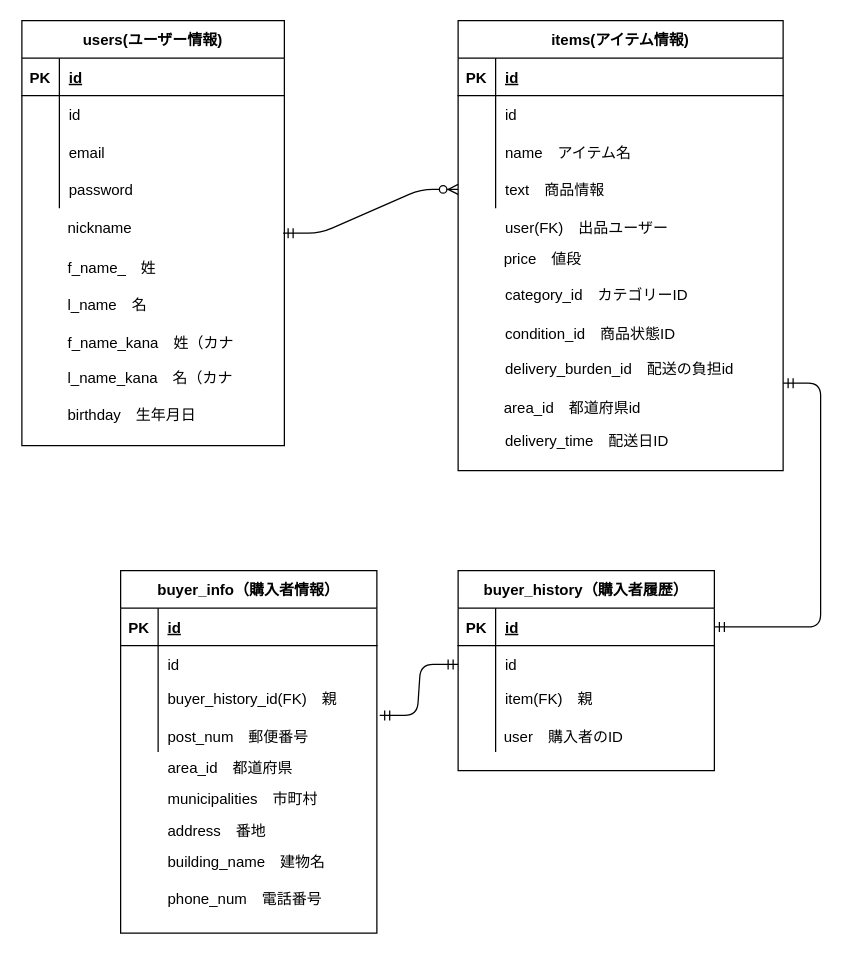
The draw.io diagram config/DB.dio in waaawoo/furima-34760, before the edit. Source tidied: cells renumbered, new cells numbered last; positions are measured from the earlier drawing's top-left corner, leaving out a move shared by most shapes. Both pictures are drawn from the tidied source at 125%, with x=0, y=0 at pixel (20, 20).
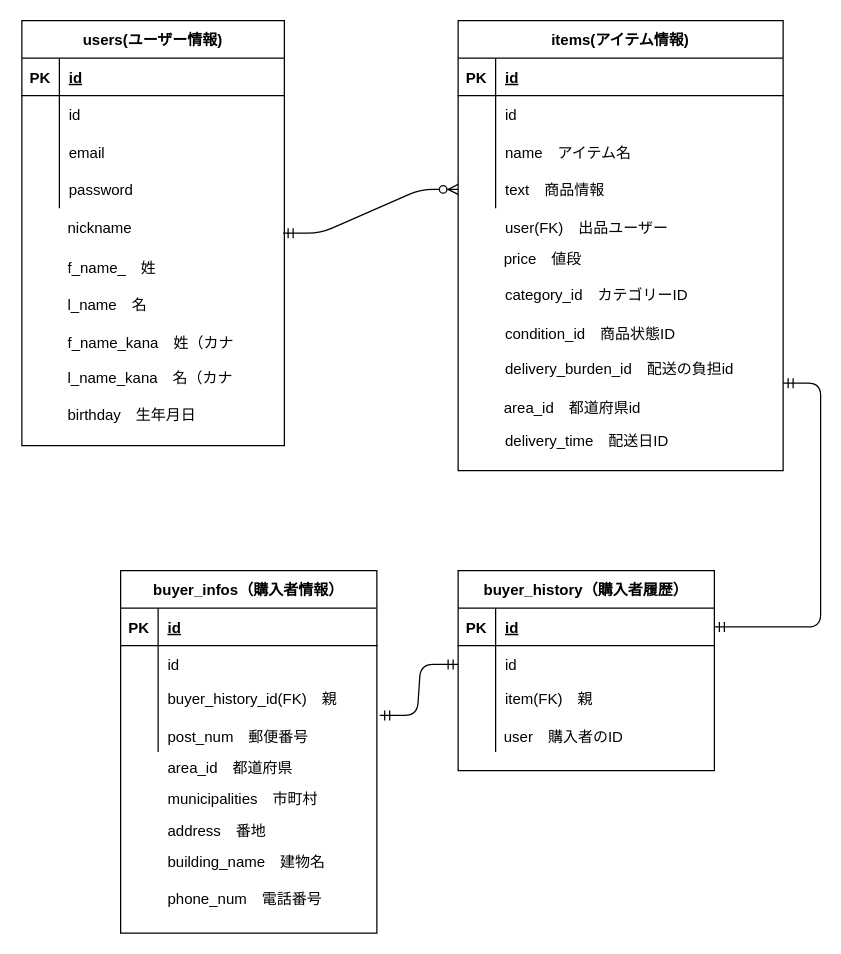
The same diagram, later.

Commit message:
指摘事項修正　ER図

Diff of the diagram source:
```diff
@@
-    <mxCell id="60" value="buyer_info（購入者情報）" style="shape=table;startSize=30;childLayout=tableLayout;rowLines=0;fontStyle=1;align=center;" parent="1" vertex="1">
+    <mxCell id="60" value="buyer_infos（購入者情報）" style="shape=table;startSize=30;childLayout=tableLayout;rowLines=0;fontStyle=1;align=center;" parent="1" vertex="1">
       <mxGeometry x="80" y="440" width="205" height="290" as="geometry" />
     </mxCell>
```
